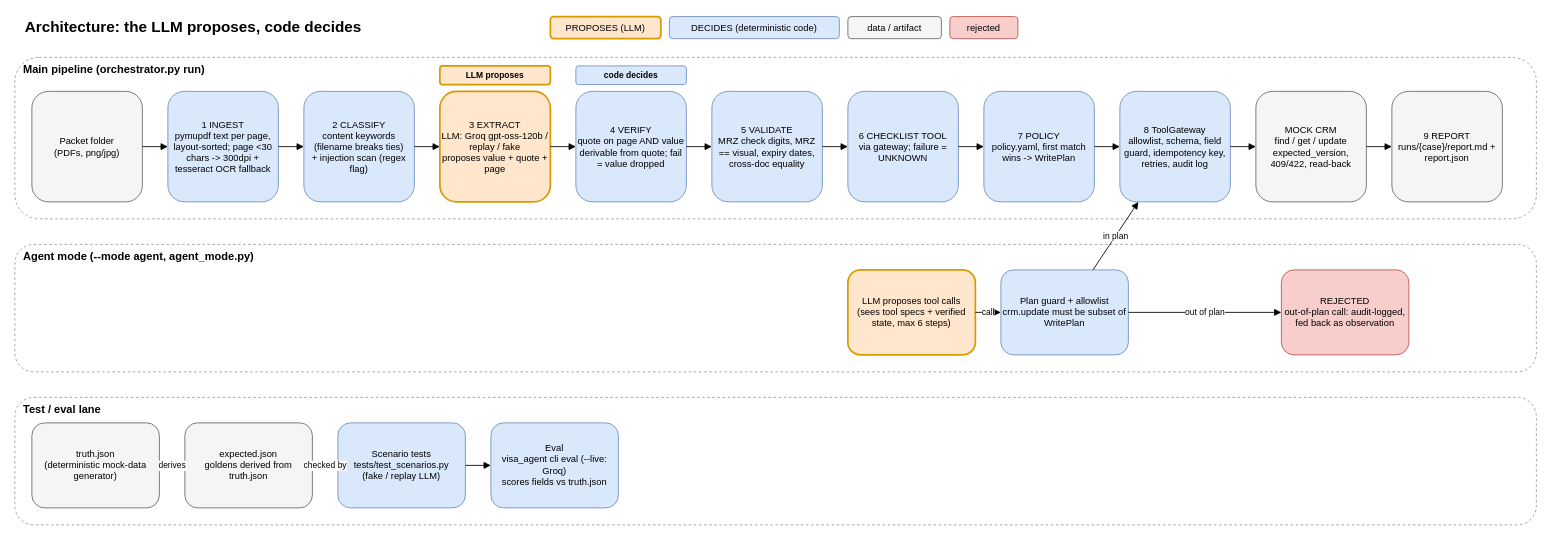
Above: docs/architecture.drawio in shubhamchitte/visa-application-agent (draw.io), before the change. Source tidied: cells renumbered, new cells numbered last; positions are measured from the earlier drawing's top-left corner, leaving out a move shared by most shapes. Both pictures are drawn from the tidied source at 85%, with x=0, y=0 at pixel (14, 14).
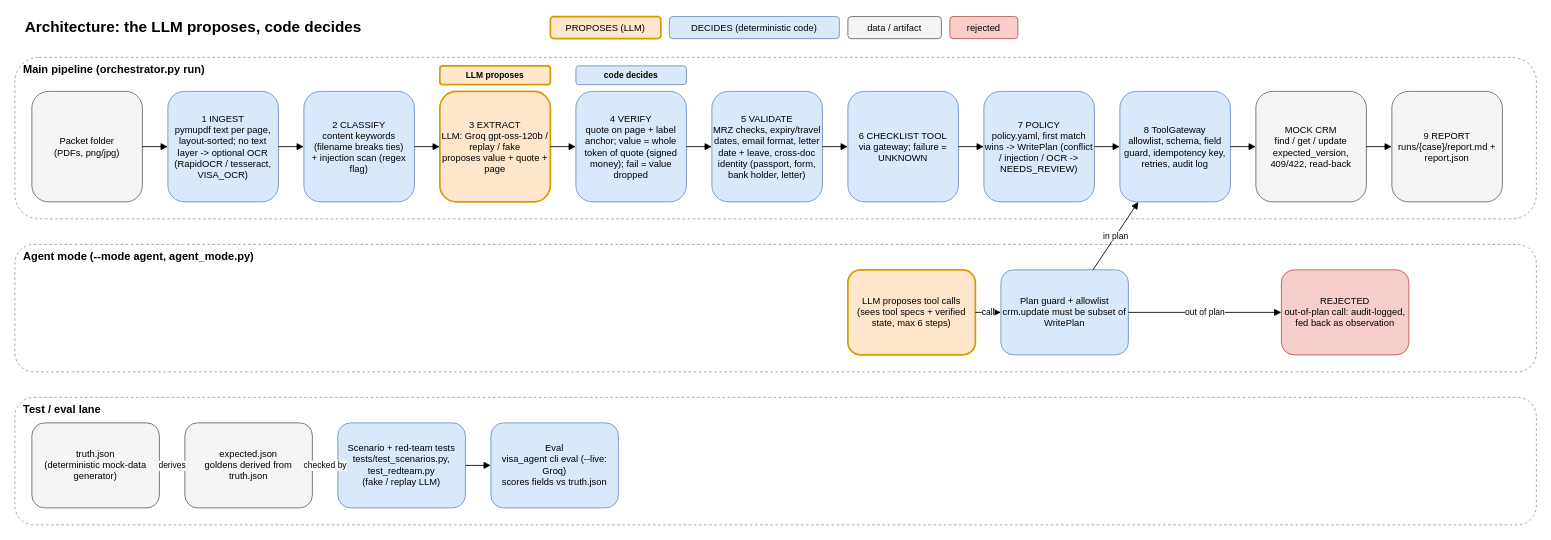
After the change.

Commit message (it also covers changes not shown here):
Update architecture diagram for OCR, evidence binding and policy changes

The edit, as a diff of the source:
```diff
@@
-    <mxCell id="9" value="1 INGEST&#10;pymupdf text per page, layout-sorted; page &lt;30 chars -&gt; 300dpi + tesseract OCR fallback" style="rounded=1;whiteSpace=wrap;html=1;fontSize=11;fillColor=#dae8fc;strokeColor=#6c8ebf;" parent="1" vertex="1">
+    <mxCell id="9" value="1 INGEST&#10;pymupdf text per page, layout-sorted; no text layer -&gt; optional OCR (RapidOCR / tesseract, VISA_OCR)" style="rounded=1;whiteSpace=wrap;html=1;fontSize=11;fillColor=#dae8fc;strokeColor=#6c8ebf;" parent="1" vertex="1">
       <mxGeometry x="180" y="90" width="130" height="130" as="geometry" />
     </mxCell>
@@
-    <mxCell id="12" value="4 VERIFY&#10;quote on page AND value derivable from quote; fail = value dropped" style="rounded=1;whiteSpace=wrap;html=1;fontSize=11;fillColor=#dae8fc;strokeColor=#6c8ebf;" parent="1" vertex="1">
+    <mxCell id="12" value="4 VERIFY&#10;quote on page + label anchor; value = whole token of quote (signed money); fail = value dropped" style="rounded=1;whiteSpace=wrap;html=1;fontSize=11;fillColor=#dae8fc;strokeColor=#6c8ebf;" parent="1" vertex="1">
       <mxGeometry x="660" y="90" width="130" height="130" as="geometry" />
     </mxCell>
-    <mxCell id="13" value="5 VALIDATE&#10;MRZ check digits, MRZ == visual, expiry dates, cross-doc equality" style="rounded=1;whiteSpace=wrap;html=1;fontSize=11;fillColor=#dae8fc;strokeColor=#6c8ebf;" parent="1" vertex="1">
+    <mxCell id="13" value="5 VALIDATE&#10;MRZ checks, expiry/travel dates, email format, letter date + leave, cross-doc identity (passport, form, bank holder, letter)" style="rounded=1;whiteSpace=wrap;html=1;fontSize=11;fillColor=#dae8fc;strokeColor=#6c8ebf;" parent="1" vertex="1">
       <mxGeometry x="820" y="90" width="130" height="130" as="geometry" />
     </mxCell>
@@
-    <mxCell id="15" value="7 POLICY&#10;policy.yaml, first match wins -&gt; WritePlan" style="rounded=1;whiteSpace=wrap;html=1;fontSize=11;fillColor=#dae8fc;strokeColor=#6c8ebf;" parent="1" vertex="1">
+    <mxCell id="15" value="7 POLICY&#10;policy.yaml, first match wins -&gt; WritePlan (conflict / injection / OCR -&gt; NEEDS_REVIEW)" style="rounded=1;whiteSpace=wrap;html=1;fontSize=11;fillColor=#dae8fc;strokeColor=#6c8ebf;" parent="1" vertex="1">
       <mxGeometry x="1140" y="90" width="130" height="130" as="geometry" />
     </mxCell>
@@
-    <mxCell id="41" value="Scenario tests&#10;tests/test_scenarios.py&#10;(fake / replay LLM)" style="rounded=1;whiteSpace=wrap;html=1;fontSize=11;fillColor=#dae8fc;strokeColor=#6c8ebf;" parent="1" vertex="1">
+    <mxCell id="41" value="Scenario + red-team tests&#10;tests/test_scenarios.py, test_redteam.py&#10;(fake / replay LLM)" style="rounded=1;whiteSpace=wrap;html=1;fontSize=11;fillColor=#dae8fc;strokeColor=#6c8ebf;" parent="1" vertex="1">
       <mxGeometry x="380" y="480" width="150" height="100" as="geometry" />
     </mxCell>
```
